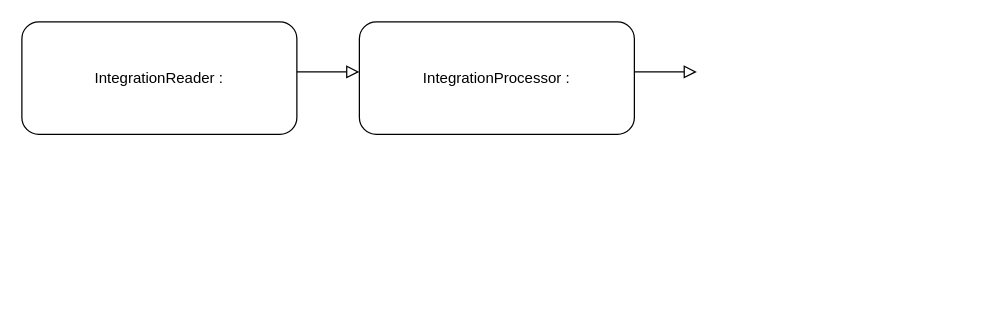
Above: flux_decipam_integration_selection.drawio in ewan-delanoy/uml_diagram (draw.io), before the change. Source tidied: cells renumbered, new cells numbered last; positions are measured from the earlier drawing's top-left corner, leaving out a move shared by most shapes. Both pictures are drawn from the tidied source at 125%, with x=0, y=0 at pixel (21, 21).
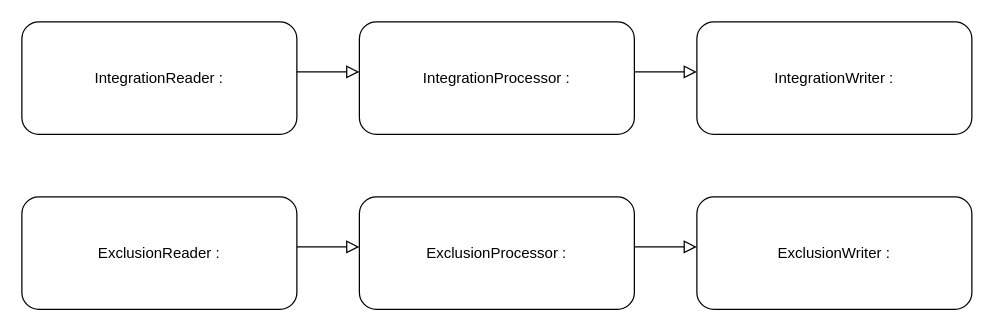
After the change.

Commit message (it also covers changes not shown here):
Mettre à jour flux_decipam_integration_selection.drawio

Diff of the diagram source:
```diff
@@
 <mxGraphModel>
   <root>
     <mxCell id="0" />
     <mxCell id="1" parent="0" />
     <mxCell id="2" value="IntegrationReader : " style="rounded=1;whiteSpace=wrap;html=1;fontSize=12;glass=0;strokeWidth=1;shadow=0;" parent="1" vertex="1">
       <mxGeometry width="220" height="90" as="geometry" />
     </mxCell>
     <mxCell id="3" style="edgeStyle=orthogonalEdgeStyle;rounded=0;html=1;jettySize=auto;orthogonalLoop=1;fontSize=11;endArrow=block;endFill=0;endSize=8;strokeWidth=1;shadow=0;labelBackgroundColor=none;" parent="1" edge="1">
       <mxGeometry y="10" relative="1" as="geometry">
         <mxPoint x="220" y="40" as="sourcePoint" />
         <mxPoint x="270" y="40" as="targetPoint" />
       </mxGeometry>
     </mxCell>
     <mxCell id="4" value="IntegrationProcessor : " style="rounded=1;whiteSpace=wrap;html=1;fontSize=12;glass=0;strokeWidth=1;shadow=0;" parent="1" vertex="1">
       <mxGeometry x="270" width="220" height="90" as="geometry" />
     </mxCell>
     <mxCell id="5" style="edgeStyle=orthogonalEdgeStyle;rounded=0;html=1;jettySize=auto;orthogonalLoop=1;fontSize=11;endArrow=block;endFill=0;endSize=8;strokeWidth=1;shadow=0;labelBackgroundColor=none;" parent="1" edge="1">
       <mxGeometry y="10" relative="1" as="geometry">
         <mxPoint x="490" y="40" as="sourcePoint" />
         <mxPoint x="540" y="40" as="targetPoint" />
       </mxGeometry>
     </mxCell>
+    <mxCell id="6" value="IntegrationWriter : " style="rounded=1;whiteSpace=wrap;html=1;fontSize=12;glass=0;strokeWidth=1;shadow=0;" parent="1" vertex="1">
+      <mxGeometry x="540" width="220" height="90" as="geometry" />
+    </mxCell>
+    <mxCell id="7" value="ExclusionReader : " style="rounded=1;whiteSpace=wrap;html=1;fontSize=12;glass=0;strokeWidth=1;shadow=0;" parent="1" vertex="1">
+      <mxGeometry y="140" width="220" height="90" as="geometry" />
+    </mxCell>
+    <mxCell id="8" style="edgeStyle=orthogonalEdgeStyle;rounded=0;html=1;jettySize=auto;orthogonalLoop=1;fontSize=11;endArrow=block;endFill=0;endSize=8;strokeWidth=1;shadow=0;labelBackgroundColor=none;" parent="1" edge="1">
+      <mxGeometry y="10" relative="1" as="geometry">
+        <mxPoint x="220" y="180" as="sourcePoint" />
+        <mxPoint x="270" y="180" as="targetPoint" />
+      </mxGeometry>
+    </mxCell>
+    <mxCell id="9" value="ExclusionProcessor : " style="rounded=1;whiteSpace=wrap;html=1;fontSize=12;glass=0;strokeWidth=1;shadow=0;" parent="1" vertex="1">
+      <mxGeometry x="270" y="140" width="220" height="90" as="geometry" />
+    </mxCell>
+    <mxCell id="10" style="edgeStyle=orthogonalEdgeStyle;rounded=0;html=1;jettySize=auto;orthogonalLoop=1;fontSize=11;endArrow=block;endFill=0;endSize=8;strokeWidth=1;shadow=0;labelBackgroundColor=none;" parent="1" edge="1">
+      <mxGeometry y="10" relative="1" as="geometry">
+        <mxPoint x="490" y="180" as="sourcePoint" />
+        <mxPoint x="540" y="180" as="targetPoint" />
+      </mxGeometry>
+    </mxCell>
+    <mxCell id="11" value="ExclusionWriter : " style="rounded=1;whiteSpace=wrap;html=1;fontSize=12;glass=0;strokeWidth=1;shadow=0;" parent="1" vertex="1">
+      <mxGeometry x="540" y="140" width="220" height="90" as="geometry" />
+    </mxCell>
   </root>
 </mxGraphModel>
```
